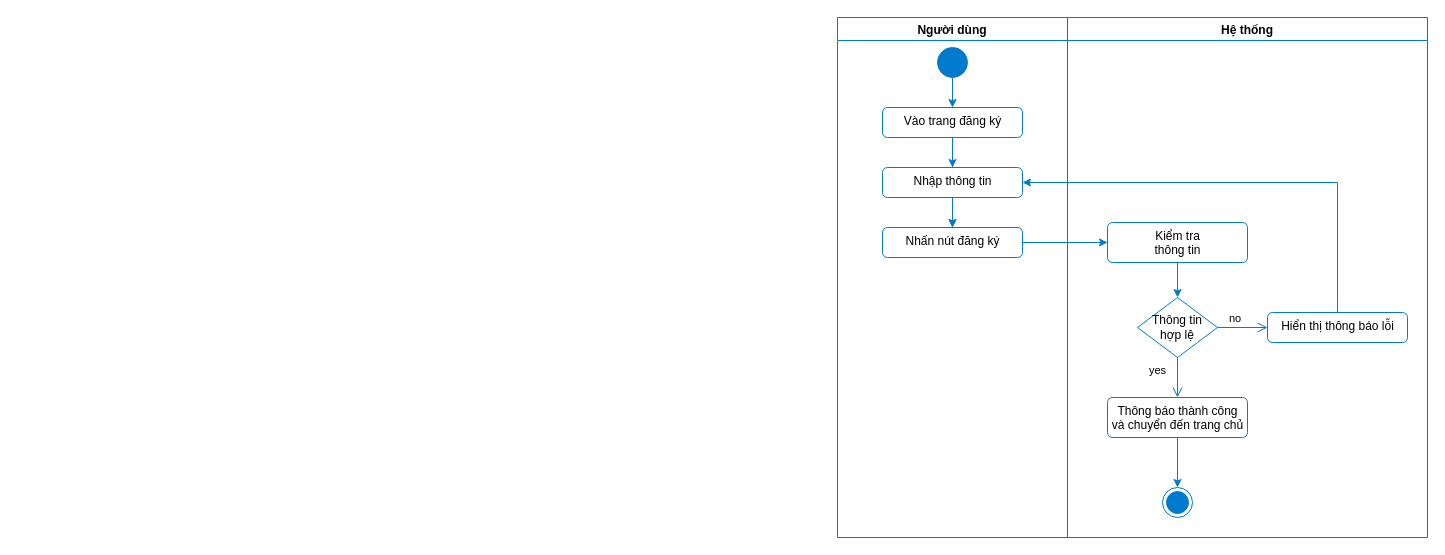
The draw.io diagram page "02_Register" (2 of 10) of docs/diagrams/ActivityDiagram.drawio in quockhanhtn/mern-ecommerce, before the edit. Source tidied: cells renumbered, new cells numbered last; positions are measured from the earlier drawing's top-left corner, leaving out a move shared by most shapes. Both pictures are drawn from the tidied source at 100%, with x=0, y=0 at pixel (837, 17).
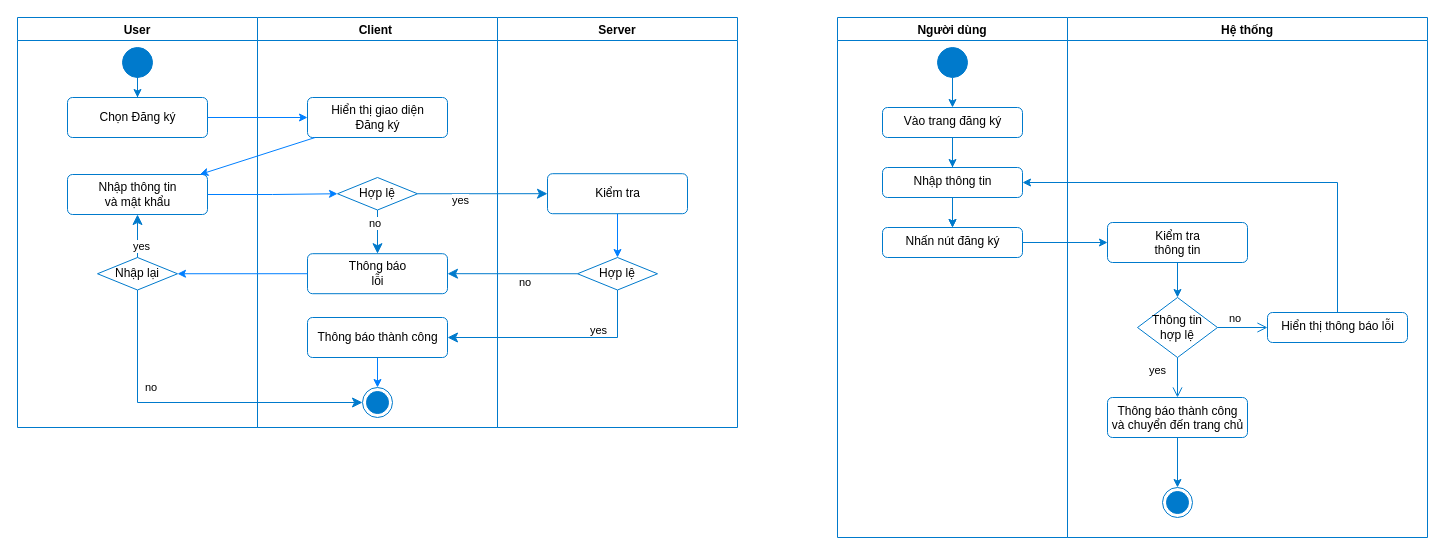
Above is the later version.

What changed in the source:
```diff
@@
+    <mxCell id="23" value="Client " style="swimlane;strokeColor=#007ACC;" parent="1" vertex="1">
+      <mxGeometry x="-580" width="240" height="410" as="geometry" />
+    </mxCell>
+    <mxCell id="24" value="Hiển thị giao diện&lt;br&gt;Đăng ký" style="html=1;align=center;verticalAlign=middle;rounded=1;absoluteArcSize=1;arcSize=10;dashed=0;strokeColor=#007ACC;" parent="23" vertex="1">
+      <mxGeometry x="50" y="80" width="140" height="40" as="geometry" />
+    </mxCell>
+    <mxCell id="25" style="edgeStyle=orthogonalEdgeStyle;rounded=0;orthogonalLoop=1;jettySize=auto;html=1;exitX=0.5;exitY=1;exitDx=0;exitDy=0;strokeColor=#007FFF;" parent="23" edge="1">
+      <mxGeometry relative="1" as="geometry">
+        <mxPoint x="120" y="260" as="sourcePoint" />
+        <mxPoint x="120" y="260" as="targetPoint" />
+      </mxGeometry>
+    </mxCell>
+    <mxCell id="26" style="ellipse;html=1;shape=endState;fillColor=#007acc;strokeColor=#007ACC;" parent="23" vertex="1">
+      <mxGeometry x="105" y="370" width="30" height="30" as="geometry" />
+    </mxCell>
+    <mxCell id="27" value="Thông báo&lt;br&gt;lỗi" style="html=1;align=center;verticalAlign=middle;rounded=1;absoluteArcSize=1;arcSize=10;dashed=0;strokeColor=#007ACC;" parent="23" vertex="1">
+      <mxGeometry x="50" y="236.2" width="140" height="40" as="geometry" />
+    </mxCell>
+    <mxCell id="28" style="edgeStyle=orthogonalEdgeStyle;rounded=0;jettySize=auto;html=1;entryX=0.5;entryY=0;entryDx=0;entryDy=0;endArrow=classic;endFill=1;strokeColor=#007FFF;elbow=vertical;" parent="23" edge="1" source="29" target="26">
+      <mxGeometry relative="1" as="geometry" />
+    </mxCell>
+    <mxCell id="29" value="Thông báo thành công" style="html=1;align=center;verticalAlign=middle;rounded=1;absoluteArcSize=1;arcSize=10;dashed=0;strokeColor=#007ACC;" parent="23" vertex="1">
+      <mxGeometry x="50" y="300" width="140" height="40" as="geometry" />
+    </mxCell>
+    <mxCell id="30" value="Hợp lệ" style="rhombus;whiteSpace=wrap;html=1;strokeColor=#007ACC;verticalAlign=middle;" parent="23" vertex="1">
+      <mxGeometry x="80" y="160" width="80" height="32.5" as="geometry" />
+    </mxCell>
+    <mxCell id="31" value="no" style="html=1;align=left;verticalAlign=top;endArrow=classic;endSize=8;strokeColor=#007ACC;rounded=0;exitX=0.5;exitY=1;exitDx=0;exitDy=0;entryX=0.5;entryY=0;entryDx=0;entryDy=0;endFill=1;" parent="23" edge="1" source="30" target="27">
+      <mxGeometry x="-1" y="-10" relative="1" as="geometry" />
+    </mxCell>
+    <mxCell id="32" value="Server" style="swimlane;startSize=23;strokeColor=#007ACC;" parent="1" vertex="1">
+      <mxGeometry x="-340" width="240" height="410" as="geometry" />
+    </mxCell>
+    <mxCell id="33" value="Hợp lệ" style="rhombus;whiteSpace=wrap;html=1;strokeColor=#007ACC;" parent="32" vertex="1">
+      <mxGeometry x="80" y="240" width="80" height="32.5" as="geometry" />
+    </mxCell>
+    <mxCell id="34" style="edgeStyle=orthogonalEdgeStyle;rounded=0;jettySize=auto;html=1;entryX=0.5;entryY=0;entryDx=0;entryDy=0;endArrow=classic;endFill=1;strokeColor=#007FFF;elbow=vertical;" parent="32" edge="1" source="35" target="33">
+      <mxGeometry relative="1" as="geometry" />
+    </mxCell>
+    <mxCell id="35" value="Kiểm tra" style="html=1;align=center;verticalAlign=middle;rounded=1;absoluteArcSize=1;arcSize=10;dashed=0;strokeColor=#007ACC;" parent="32" vertex="1">
+      <mxGeometry x="50" y="156.2" width="140" height="40" as="geometry" />
+    </mxCell>
+    <mxCell id="36" value="User" style="swimlane;strokeColor=#007ACC;" parent="1" vertex="1">
+      <mxGeometry x="-820" width="240" height="410" as="geometry" />
+    </mxCell>
+    <mxCell id="37" value="Chọn Đăng ký" style="html=1;align=center;verticalAlign=middle;rounded=1;absoluteArcSize=1;arcSize=10;dashed=0;strokeColor=#007ACC;" parent="36" vertex="1">
+      <mxGeometry x="50" y="80" width="140" height="40" as="geometry" />
+    </mxCell>
+    <mxCell id="38" style="ellipse;fillColor=#007acc;strokeColor=#007ACC;" parent="36" vertex="1">
+      <mxGeometry x="105" y="30" width="30" height="30" as="geometry" />
+    </mxCell>
+    <mxCell id="39" style="edgeStyle=orthogonalEdgeStyle;rounded=0;jettySize=auto;html=1;exitX=0.5;exitY=1;exitDx=0;exitDy=0;strokeColor=#007ACC;" parent="36" edge="1" source="38" target="37">
+      <mxGeometry relative="1" as="geometry" />
+    </mxCell>
+    <mxCell id="40" value="Nhập thông tin&lt;br&gt;và mật khẩu" style="html=1;align=center;verticalAlign=middle;rounded=1;absoluteArcSize=1;arcSize=10;dashed=0;strokeColor=#007ACC;" parent="36" vertex="1">
+      <mxGeometry x="50" y="157" width="140" height="40" as="geometry" />
+    </mxCell>
+    <mxCell id="41" value="Nhập lại" style="rhombus;whiteSpace=wrap;html=1;strokeColor=#007ACC;verticalAlign=middle;" parent="36" vertex="1">
+      <mxGeometry x="80" y="240" width="80" height="32.5" as="geometry" />
+    </mxCell>
+    <mxCell id="42" value="yes" style="html=1;align=left;verticalAlign=top;endArrow=classic;endSize=8;strokeColor=#007ACC;rounded=0;exitX=0.5;exitY=0;exitDx=0;exitDy=0;elbow=vertical;entryX=0.5;entryY=1;entryDx=0;entryDy=0;endFill=1;" parent="36" edge="1" source="41" target="40">
+      <mxGeometry x="0.12" y="6" relative="1" as="geometry" />
+    </mxCell>
+    <mxCell id="43" style="edgeStyle=orthogonalEdgeStyle;rounded=0;jettySize=auto;html=1;strokeColor=#007FFF;entryX=0;entryY=0.5;entryDx=0;entryDy=0;" parent="1" edge="1" source="37" target="24">
+      <mxGeometry relative="1" as="geometry" />
+    </mxCell>
+    <mxCell id="44" style="rounded=0;jettySize=auto;html=1;strokeColor=#007FFF;" parent="1" edge="1" source="24" target="40">
+      <mxGeometry relative="1" as="geometry" />
+    </mxCell>
+    <mxCell id="45" style="edgeStyle=none;rounded=0;jettySize=auto;html=1;strokeColor=#007FFF;" parent="1" edge="1" source="27" target="41">
+      <mxGeometry relative="1" as="geometry" />
+    </mxCell>
+    <mxCell id="46" value="no" style="html=1;align=left;verticalAlign=top;endArrow=classic;endSize=8;strokeColor=#007ACC;rounded=0;exitX=0.5;exitY=1;exitDx=0;exitDy=0;entryX=0;entryY=0.5;entryDx=0;entryDy=0;endFill=1;edgeStyle=orthogonalEdgeStyle;" parent="1" edge="1" source="41" target="26">
+      <mxGeometry x="-0.5" y="6" relative="1" as="geometry" />
+    </mxCell>
+    <mxCell id="47" value="yes" style="html=1;align=left;verticalAlign=top;endArrow=classic;endSize=8;strokeColor=#007ACC;rounded=0;endFill=1;exitX=0.5;exitY=1;exitDx=0;exitDy=0;entryX=1;entryY=0.5;entryDx=0;entryDy=0;edgeStyle=orthogonalEdgeStyle;" parent="1" edge="1" source="33" target="29">
+      <mxGeometry x="-0.29" y="-20" relative="1" as="geometry" />
+    </mxCell>
+    <mxCell id="48" value="no" style="html=1;align=left;verticalAlign=top;endArrow=classic;endSize=8;strokeColor=#007ACC;rounded=0;exitX=0;exitY=0.5;exitDx=0;exitDy=0;entryX=1;entryY=0.5;entryDx=0;entryDy=0;endFill=1;" parent="1" edge="1" source="33" target="27">
+      <mxGeometry x="-0.08" y="-4" relative="1" as="geometry" />
+    </mxCell>
+    <mxCell id="49" style="edgeStyle=orthogonalEdgeStyle;rounded=0;jettySize=auto;html=1;entryX=0;entryY=0.5;entryDx=0;entryDy=0;endArrow=classic;endFill=1;strokeColor=#007FFF;elbow=vertical;" parent="1" edge="1" source="40" target="30">
+      <mxGeometry relative="1" as="geometry" />
+    </mxCell>
+    <mxCell id="50" value="yes" style="html=1;align=left;verticalAlign=top;endArrow=classic;endSize=8;strokeColor=#007ACC;rounded=0;endFill=1;exitX=1;exitY=0.5;exitDx=0;exitDy=0;entryX=0;entryY=0.5;entryDx=0;entryDy=0;" parent="1" edge="1" source="30" target="35">
+      <mxGeometry x="-0.5" y="6" relative="1" as="geometry" />
+    </mxCell>
```
